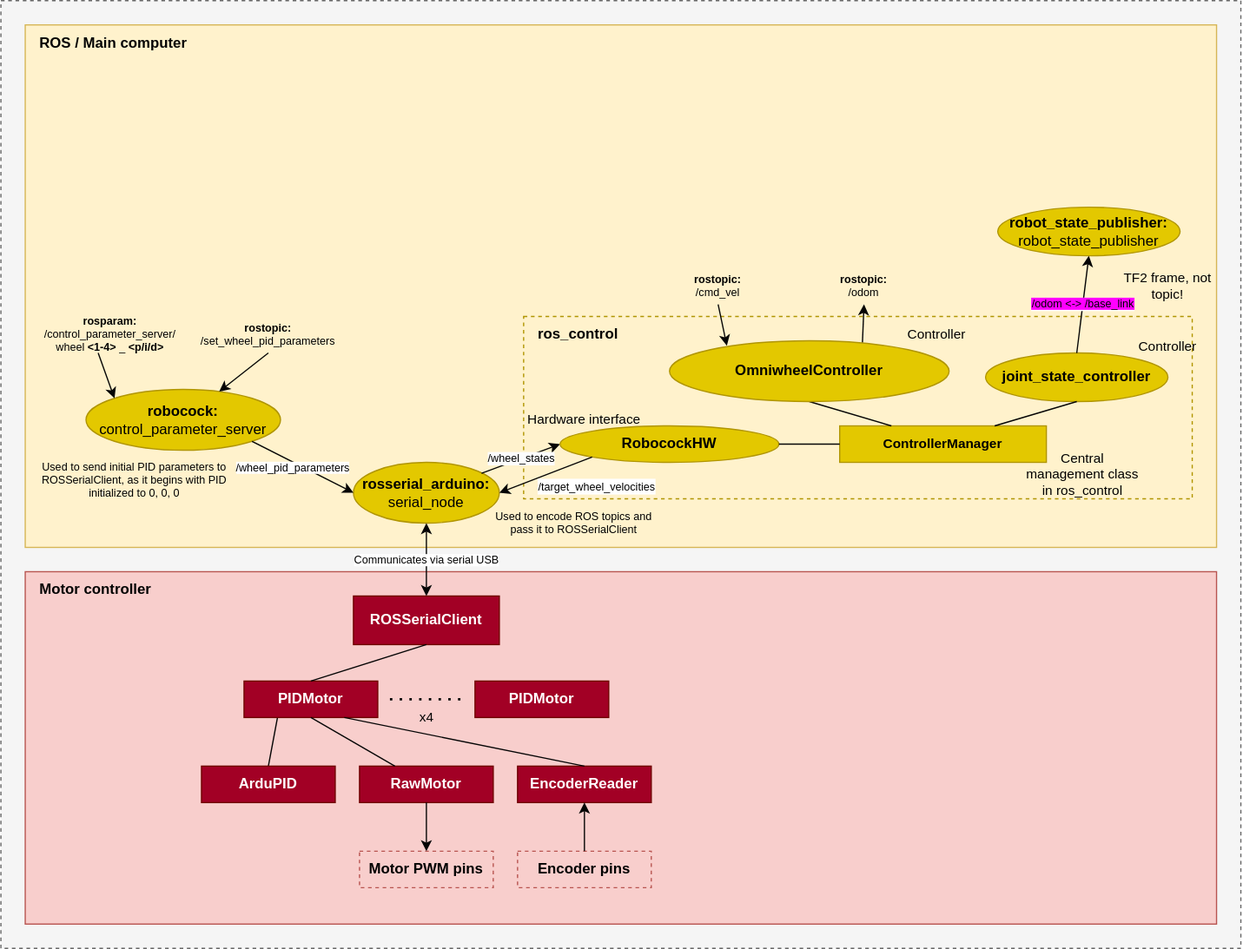
Above: doc/nodes.drawio.svg in shiukaheng/rbc (draw.io), before the change. Source tidied: cells renumbered, new cells last; positions are measured from the earlier drawing's top-left corner, leaving out a move shared by most shapes.
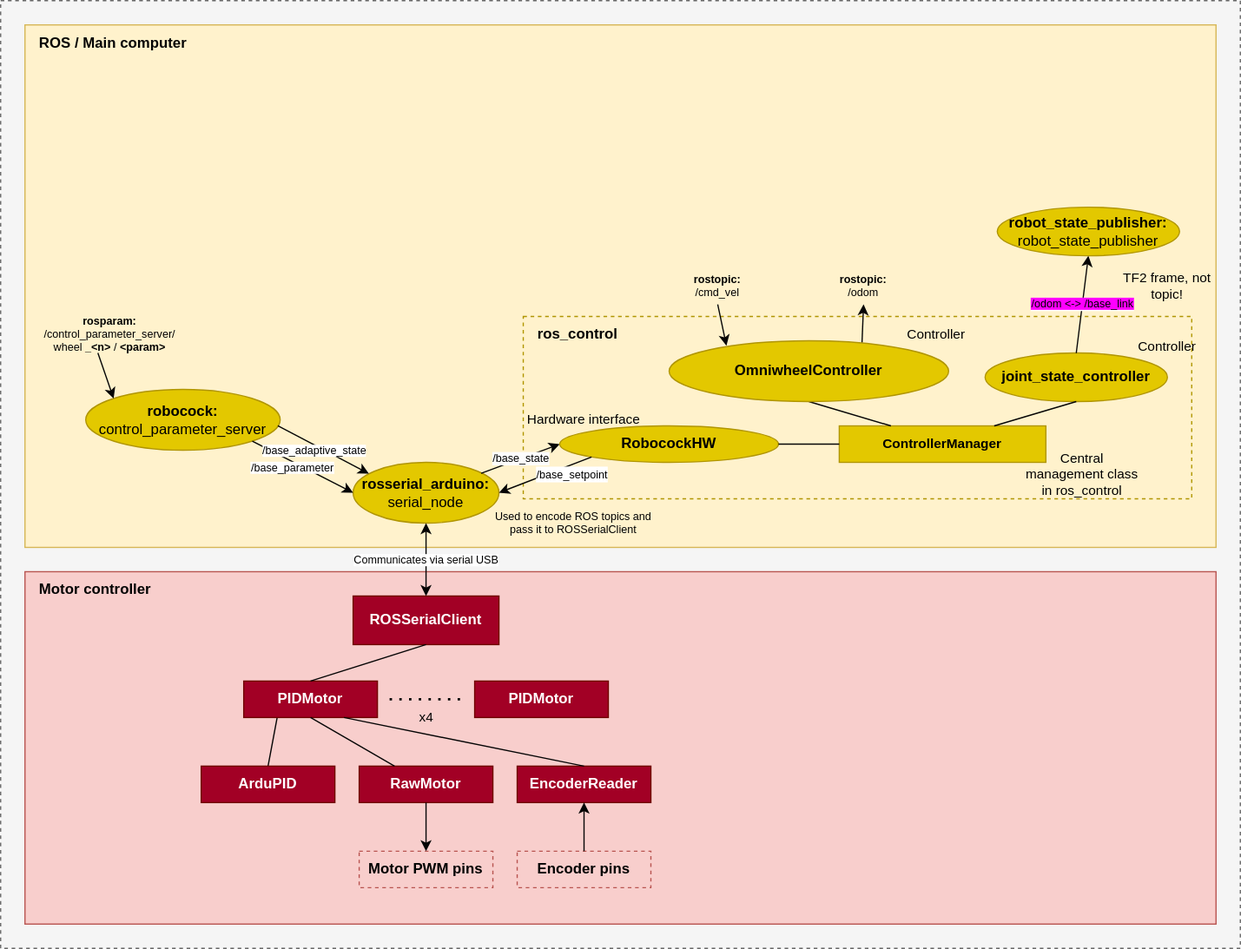
After the commit.

Change to the diagram source:
```diff
@@ -71,15 +71,12 @@
     <mxCell id="23" value="&lt;b&gt;robocock:&lt;/b&gt;&lt;br&gt;control_parameter_server" style="ellipse;whiteSpace=wrap;html=1;fontColor=#000000;fillColor=#e3c800;strokeColor=#B09500;" parent="1" vertex="1">
       <mxGeometry x="70" y="320" width="160" height="50" as="geometry" />
     </mxCell>
-    <mxCell id="24" value="&lt;font style=&quot;font-size: 9px; background-color: rgb(255, 255, 255);&quot;&gt;/wheel_pid_parameters&lt;/font&gt;" style="endArrow=none;startArrow=classic;html=1;labelBackgroundColor=none;strokeColor=#050505;fontColor=#000000;entryX=1;entryY=1;entryDx=0;entryDy=0;exitX=0;exitY=0.5;exitDx=0;exitDy=0;startFill=1;endFill=0;" parent="1" edge="1" source="21" target="23">
+    <mxCell id="24" value="&lt;font style=&quot;font-size: 9px; background-color: rgb(255, 255, 255);&quot;&gt;/base_parameter&lt;br&gt;&lt;/font&gt;" style="endArrow=none;startArrow=classic;html=1;labelBackgroundColor=none;strokeColor=#050505;fontColor=#000000;entryX=1;entryY=1;entryDx=0;entryDy=0;exitX=0;exitY=0.5;exitDx=0;exitDy=0;startFill=1;endFill=0;" parent="1" edge="1" source="21" target="23">
       <mxGeometry x="0.17" y="4" relative="1" as="geometry" />
     </mxCell>
     <mxCell id="25" value="ArduPID" style="rounded=0;whiteSpace=wrap;html=1;fontColor=#ffffff;fillColor=#a20025;strokeColor=#6F0000;fontStyle=1;" parent="1" vertex="1">
       <mxGeometry x="165" y="630" width="110" height="30" as="geometry" />
     </mxCell>
-    <mxCell id="26" value="Used to send initial PID parameters to ROSSerialClient, as it begins with PID initialized to 0, 0, 0" style="text;html=1;strokeColor=none;fillColor=none;align=center;verticalAlign=middle;whiteSpace=wrap;rounded=0;fontSize=9;fontColor=#000000;" parent="1" vertex="1">
-      <mxGeometry x="30" y="380" width="160" height="30" as="geometry" />
-    </mxCell>
     <mxCell id="27" value="Used to encode ROS topics and pass it to ROSSerialClient" style="text;html=1;strokeColor=none;fillColor=none;align=center;verticalAlign=middle;whiteSpace=wrap;rounded=0;fontSize=9;fontColor=#000000;" parent="1" vertex="1">
       <mxGeometry x="405" y="415" width="132.5" height="30" as="geometry" />
     </mxCell>
@@ -88,15 +85,9 @@
         <mxPoint x="80" y="290" as="sourcePoint" />
       </mxGeometry>
     </mxCell>
-    <mxCell id="29" value="&lt;b&gt;rosparam:&lt;/b&gt;&lt;br&gt;/control_parameter_server/&lt;br&gt;wheel&lt;b&gt;&amp;lt;1-4&amp;gt;&lt;/b&gt;_&lt;b&gt;&amp;lt;p/i/d&amp;gt;&lt;/b&gt;" style="text;html=1;strokeColor=none;fillColor=none;align=center;verticalAlign=middle;whiteSpace=wrap;rounded=0;fontSize=9;fontColor=#000000;" parent="1" vertex="1">
+    <mxCell id="29" value="&lt;b&gt;rosparam:&lt;/b&gt;&lt;br&gt;/control_parameter_server/&lt;br&gt;wheel&lt;b&gt;_&amp;lt;n&amp;gt;&lt;/b&gt;/&lt;b&gt;&amp;lt;param&amp;gt;&lt;/b&gt;" style="text;html=1;strokeColor=none;fillColor=none;align=center;verticalAlign=middle;whiteSpace=wrap;rounded=0;fontSize=9;fontColor=#000000;" parent="1" vertex="1">
       <mxGeometry x="30" y="260" width="120" height="30" as="geometry" />
     </mxCell>
-    <mxCell id="30" value="&lt;b&gt;rostopic:&lt;/b&gt;&lt;br&gt;/set_wheel_pid_parameters" style="text;html=1;strokeColor=none;fillColor=none;align=center;verticalAlign=middle;whiteSpace=wrap;rounded=0;fontSize=9;fontColor=#000000;" parent="1" vertex="1">
-      <mxGeometry x="160" y="260" width="120" height="30" as="geometry" />
-    </mxCell>
-    <mxCell id="31" style="endArrow=classic;html=1;labelBackgroundColor=#FFFFFF;strokeColor=#050505;fontSize=9;fontColor=#000000;exitX=0.5;exitY=1;exitDx=0;exitDy=0;" parent="1" edge="1" source="30" target="23">
-      <mxGeometry relative="1" as="geometry" />
-    </mxCell>
     <mxCell id="32" style="rounded=0;whiteSpace=wrap;html=1;dashed=1;fontSize=9;fontColor=#000000;fillColor=none;strokeColor=#B09500;" parent="1" vertex="1">
       <mxGeometry x="430" y="260" width="550" height="150" as="geometry" />
     </mxCell>
@@ -109,7 +100,7 @@
     <mxCell id="35" value="&lt;span style=&quot;font-size: 11px;&quot;&gt;&lt;b&gt;ControllerManager&lt;/b&gt;&lt;/span&gt;" style="rounded=0;whiteSpace=wrap;html=1;fontSize=9;fontColor=#000000;fillColor=#e3c800;strokeColor=#B09500;" parent="1" vertex="1">
       <mxGeometry x="690" y="350" width="170" height="30" as="geometry" />
     </mxCell>
-    <mxCell id="36" value="/wheel_states" style="edgeStyle=none;html=1;exitX=0;exitY=0.5;exitDx=0;exitDy=0;entryX=0.878;entryY=0.18;entryDx=0;entryDy=0;entryPerimeter=0;labelBackgroundColor=#FCFCFC;strokeColor=#050505;fontSize=9;fontColor=#000000;startArrow=classic;startFill=1;endArrow=none;endFill=0;" parent="1" edge="1" source="37" target="21">
+    <mxCell id="36" value="/base_state" style="edgeStyle=none;html=1;exitX=0;exitY=0.5;exitDx=0;exitDy=0;entryX=0.878;entryY=0.18;entryDx=0;entryDy=0;entryPerimeter=0;labelBackgroundColor=#FCFCFC;strokeColor=#050505;fontSize=9;fontColor=#000000;startArrow=classic;startFill=1;endArrow=none;endFill=0;" parent="1" edge="1" source="37" target="21">
       <mxGeometry relative="1" as="geometry" />
     </mxCell>
     <mxCell id="37" value="&lt;b&gt;RobocockHW&lt;/b&gt;" style="ellipse;whiteSpace=wrap;html=1;fontColor=#000000;fillColor=#e3c800;strokeColor=#B09500;" parent="1" vertex="1">
@@ -139,8 +130,8 @@
     <mxCell id="45" style="endArrow=none;html=1;labelBackgroundColor=#FFFFFF;strokeColor=#050505;fontSize=11;fontColor=#000000;exitX=1;exitY=0.5;exitDx=0;exitDy=0;entryX=0;entryY=0.5;entryDx=0;entryDy=0;" parent="1" edge="1" source="37" target="35">
       <mxGeometry relative="1" as="geometry" />
     </mxCell>
-    <mxCell id="46" value="&lt;font style=&quot;font-size: 9px;&quot;&gt;/target_wheel_velocities&lt;/font&gt;" style="edgeStyle=none;html=1;exitX=1;exitY=0.5;exitDx=0;exitDy=0;entryX=0;entryY=1;entryDx=0;entryDy=0;labelBackgroundColor=#FFFFFF;strokeColor=#050505;fontSize=11;fontColor=#000000;startArrow=classic;startFill=1;endArrow=none;endFill=0;" parent="1" edge="1" source="21" target="37">
-      <mxGeometry x="0.87" y="-24" relative="1" as="geometry" />
+    <mxCell id="46" value="&lt;font style=&quot;font-size: 9px;&quot;&gt;/base_setpoint&lt;/font&gt;" style="edgeStyle=none;html=1;exitX=1;exitY=0.5;exitDx=0;exitDy=0;entryX=0;entryY=1;entryDx=0;entryDy=0;labelBackgroundColor=#FFFFFF;strokeColor=#050505;fontSize=11;fontColor=#000000;startArrow=classic;startFill=1;endArrow=none;endFill=0;" parent="1" edge="1" source="21" target="37">
+      <mxGeometry x="0.5" y="-8" relative="1" as="geometry" />
     </mxCell>
     <mxCell id="47" value="&lt;span style=&quot;background-color: rgb(255, 0, 255);&quot;&gt;/odom &amp;lt;-&amp;gt; /base_link&lt;/span&gt;" style="edgeStyle=none;html=1;exitX=0.5;exitY=1;exitDx=0;exitDy=0;entryX=0.5;entryY=0;entryDx=0;entryDy=0;labelBackgroundColor=#FFFFFF;strokeColor=#050505;fontSize=9;fontColor=#000000;startArrow=classic;startFill=1;endArrow=none;endFill=0;" parent="1" edge="1" source="48" target="41">
       <mxGeometry relative="1" as="geometry" />
@@ -163,5 +154,8 @@
     <mxCell id="53" value="&lt;b&gt;OmniwheelController&lt;/b&gt;" style="ellipse;whiteSpace=wrap;html=1;fontColor=#000000;fillColor=#e3c800;strokeColor=#B09500;" parent="1" vertex="1">
       <mxGeometry x="550" y="280" width="230" height="50" as="geometry" />
     </mxCell>
+    <mxCell id="54" value="&lt;font style=&quot;font-size: 9px; background-color: rgb(255, 255, 255);&quot;&gt;/base_adaptive_state&lt;br&gt;&lt;/font&gt;" style="endArrow=none;startArrow=classic;html=1;labelBackgroundColor=none;strokeColor=#050505;fontColor=#000000;entryX=0.988;entryY=0.597;entryDx=0;entryDy=0;exitX=0.108;exitY=0.186;exitDx=0;exitDy=0;startFill=1;endFill=0;entryPerimeter=0;exitPerimeter=0;" parent="1" edge="1" source="21" target="23">
+      <mxGeometry x="0.17" y="4" relative="1" as="geometry" />
+    </mxCell>
   </root>
 </mxGraphModel>
```
